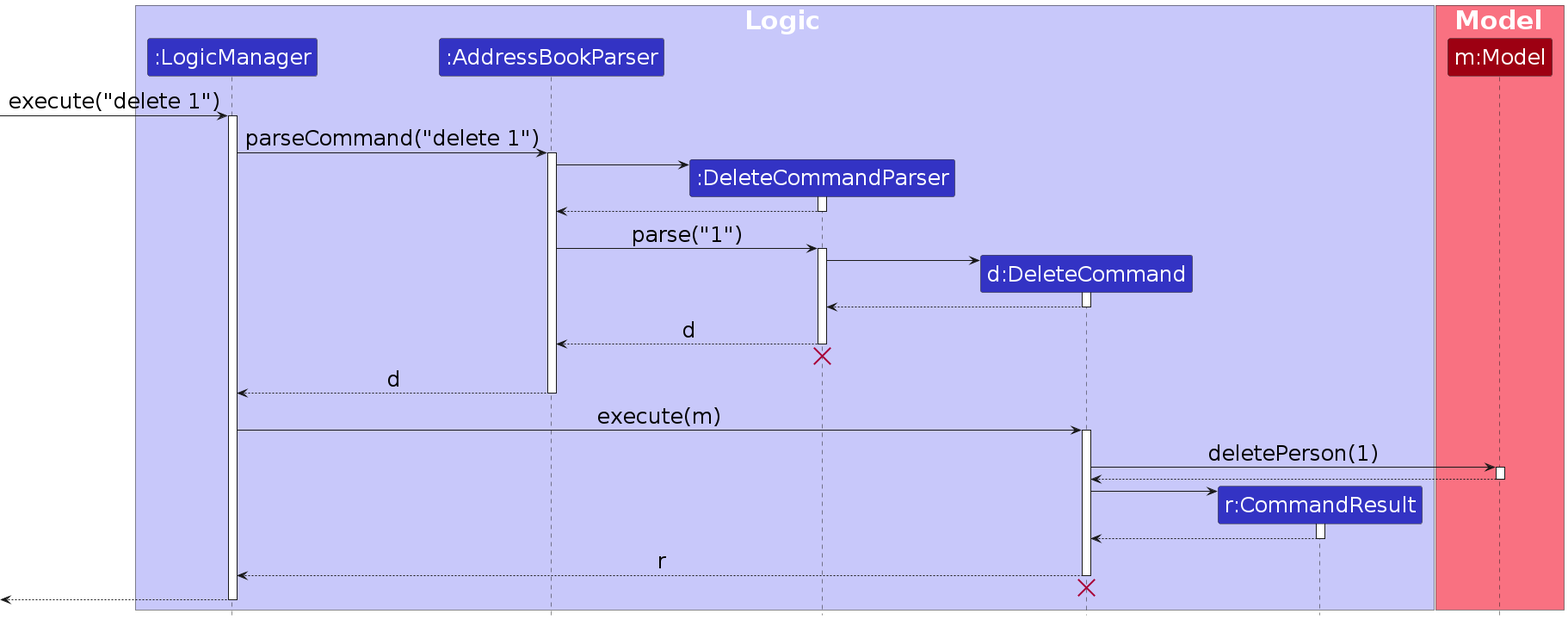
Earlier version of the PlantUML export diagrams/DeleteSequenceDiagram.png (AY2324S2-CS2103T-F12-2/tp). Its source is kept beside it as diagrams/DeleteSequenceDiagram.puml.
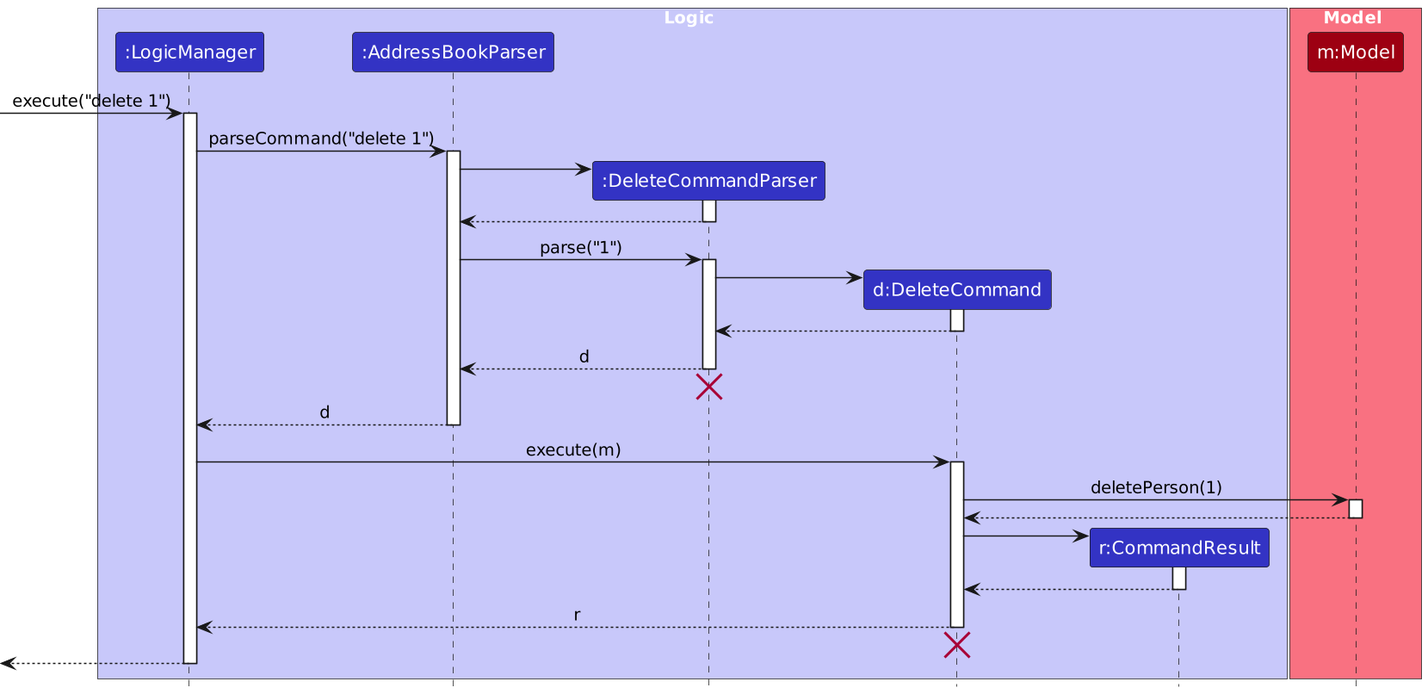
After the change.

What changed in the source:
```diff
@@ -1,8 +1,9 @@
 @startuml
-!include style2.puml
+!include style.puml
 skinparam ArrowFontStyle plain
+scale 1.5
 
-box <size:30>Logic</size> LOGIC_COLOR_T1
+box Logic LOGIC_COLOR_T1
 participant ":LogicManager" as LogicManager LOGIC_COLOR
 participant ":AddressBookParser" as AddressBookParser LOGIC_COLOR
 participant ":DeleteCommandParser" as DeleteCommandParser LOGIC_COLOR
@@ -10,14 +11,14 @@
 participant "r:CommandResult" as CommandResult LOGIC_COLOR
 end box
 
-box <size:30>Model</size> MODEL_COLOR_T1
+box Model MODEL_COLOR_T1
 participant "m:Model" as Model MODEL_COLOR
 end box
 
-[-> LogicManager : <size:25>execute("delete 1")</size>
+[-> LogicManager : execute("delete 1")
 activate LogicManager
 
-LogicManager -> AddressBookParser : <size:25>parseCommand("delete 1")</size>
+LogicManager -> AddressBookParser : parseCommand("delete 1")
 activate AddressBookParser
 
 create DeleteCommandParser
@@ -27,7 +28,7 @@
 DeleteCommandParser --> AddressBookParser
 deactivate DeleteCommandParser
 
-AddressBookParser -> DeleteCommandParser : <size:25>parse("1")</size>
+AddressBookParser -> DeleteCommandParser : parse("1")
 activate DeleteCommandParser
 
 create DeleteCommand
@@ -37,18 +38,18 @@
 DeleteCommand --> DeleteCommandParser
 deactivate DeleteCommand
 
-DeleteCommandParser --> AddressBookParser : <size:25>d</size>
+DeleteCommandParser --> AddressBookParser : d
 deactivate DeleteCommandParser
 DeleteCommandParser -[hidden]-> AddressBookParser
 destroy DeleteCommandParser
 
-AddressBookParser --> LogicManager : <size:25>d</size>
+AddressBookParser --> LogicManager : d
 deactivate AddressBookParser
 
-LogicManager -> DeleteCommand : <size:25>execute(m)</size>
+LogicManager -> DeleteCommand : execute(m)
 activate DeleteCommand
 
-DeleteCommand -> Model : <size:25>deletePerson(1)</size>
+DeleteCommand -> Model : deletePerson(1)
 activate Model
 
 Model --> DeleteCommand
@@ -61,7 +62,7 @@
 CommandResult --> DeleteCommand
 deactivate CommandResult
 
-DeleteCommand --> LogicManager : <size:25>r</size>
+DeleteCommand --> LogicManager : r
 deactivate DeleteCommand
 DeleteCommand -[hidden]-> DeleteCommandParser
 destroy DeleteCommand
```
